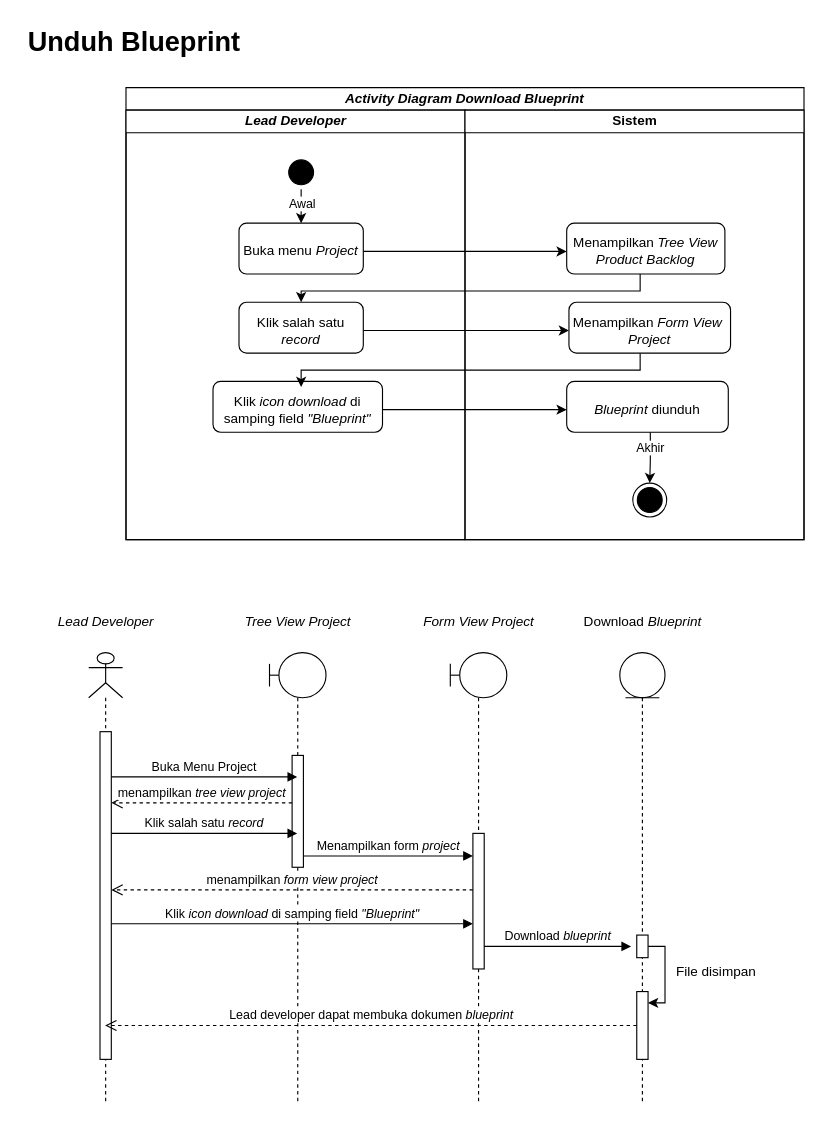
raldawiyahh/alda-resolusi keeps this draw.io diagram as page "Halaman-7" (7 of 17) of Diagram Tanpa Judul.drawio. Above is the earlier version. Source tidied: cells renumbered, new cells numbered last; positions are measured from the earlier drawing's top-left corner, leaving out a move shared by most shapes. Both pictures are drawn from the tidied source at 113%, with x=0, y=0 at pixel (19, 19).
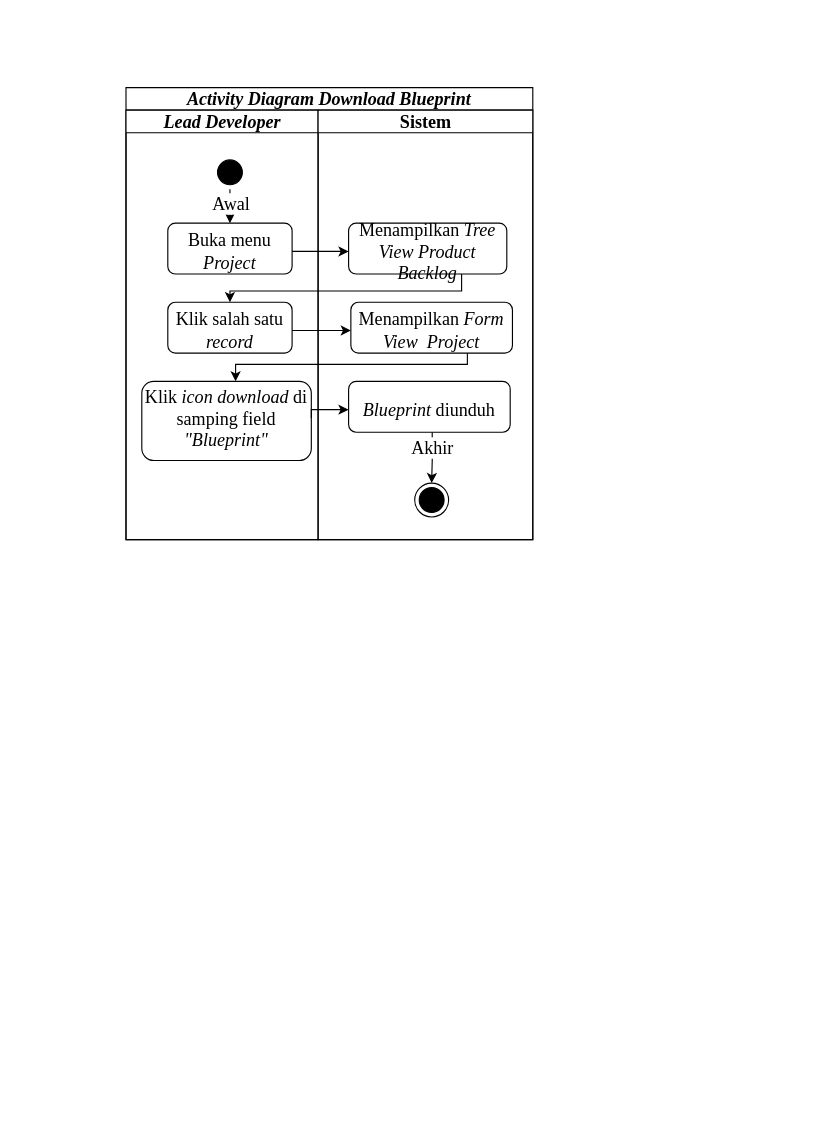
Above is the later version.

What changed in the source:
```diff
@@
-    <mxCell id="2" value="&lt;i&gt;Activity Diagram Download Blueprint&lt;/i&gt;" style="swimlane;html=1;startSize=20;whiteSpace=wrap;" parent="1" vertex="1">
-      <mxGeometry x="94" y="60" width="600" height="400" as="geometry" />
+    <mxCell id="2" value="&lt;i style=&quot;font-size: 16px;&quot;&gt;Activity Diagram Download Blueprint&lt;/i&gt;" style="swimlane;html=1;startSize=20;whiteSpace=wrap;fontSize=16;fontFamily=Times New Roman;" parent="1" vertex="1">
+      <mxGeometry x="94" y="60" width="360" height="400" as="geometry" />
     </mxCell>
-    <mxCell id="3" value="&lt;i&gt;Lead Developer&lt;br&gt;&lt;/i&gt;" style="swimlane;html=1;startSize=20;" parent="2" vertex="1">
-      <mxGeometry y="20" width="300" height="380" as="geometry" />
+    <mxCell id="3" value="&lt;i style=&quot;font-size: 16px;&quot;&gt;Lead Developer&lt;br style=&quot;font-size: 16px;&quot;&gt;&lt;/i&gt;" style="swimlane;html=1;startSize=20;fontSize=16;fontFamily=Times New Roman;" parent="2" vertex="1">
+      <mxGeometry y="20" width="170" height="380" as="geometry" />
     </mxCell>
-    <mxCell id="4" style="edgeStyle=orthogonalEdgeStyle;rounded=0;jettySize=auto;html=1;entryX=0.5;entryY=0;entryDx=0;entryDy=0;" parent="3" edge="1" source="6" target="8">
+    <mxCell id="4" style="edgeStyle=orthogonalEdgeStyle;rounded=0;jettySize=auto;html=1;entryX=0.5;entryY=0;entryDx=0;entryDy=0;fontSize=16;fontFamily=Times New Roman;" parent="3" edge="1" source="6" target="8">
       <mxGeometry relative="1" as="geometry" />
     </mxCell>
-    <mxCell id="5" value="Awal" style="edgeLabel;html=1;align=center;verticalAlign=middle;" parent="4" vertex="1">
+    <mxCell id="5" value="Awal" style="edgeLabel;html=1;align=center;verticalAlign=middle;fontSize=16;fontFamily=Times New Roman;" parent="4" vertex="1">
       <mxGeometry x="-0.51" relative="1" as="geometry" />
     </mxCell>
-    <mxCell id="6" style="ellipse;html=1;shape=startState;fillColor=#000000;strokeColor=#000000;" parent="3" vertex="1">
-      <mxGeometry x="140" y="40" width="30" height="30" as="geometry" />
+    <mxCell id="6" style="ellipse;html=1;shape=startState;fillColor=#000000;strokeColor=#000000;fontSize=16;fontFamily=Times New Roman;" parent="3" vertex="1">
+      <mxGeometry x="77" y="40" width="30" height="30" as="geometry" />
     </mxCell>
-    <mxCell id="7" style="group;" parent="3" vertex="1">
-      <mxGeometry x="100" y="100" width="110" height="45" as="geometry" />
+    <mxCell id="7" style="group;fontSize=16;fontFamily=Times New Roman;" parent="3" vertex="1">
+      <mxGeometry x="37" y="100" width="110" height="45" as="geometry" />
     </mxCell>
-    <mxCell id="8" style="rounded=1;whiteSpace=wrap;html=1;" parent="7" vertex="1">
+    <mxCell id="8" style="rounded=1;whiteSpace=wrap;html=1;fontSize=16;fontFamily=Times New Roman;" parent="7" vertex="1">
       <mxGeometry width="110" height="45" as="geometry" />
     </mxCell>
-    <mxCell id="9" value="Buka menu &lt;i&gt;Project&lt;br&gt;&lt;/i&gt;" style="text;html=1;strokeColor=none;fillColor=none;align=center;verticalAlign=middle;whiteSpace=wrap;rounded=0;" parent="7" vertex="1">
+    <mxCell id="9" value="Buka menu &lt;i style=&quot;font-size: 16px;&quot;&gt;Project&lt;br style=&quot;font-size: 16px;&quot;&gt;&lt;/i&gt;" style="text;html=1;strokeColor=none;fillColor=none;align=center;verticalAlign=middle;whiteSpace=wrap;rounded=0;fontSize=16;fontFamily=Times New Roman;" parent="7" vertex="1">
       <mxGeometry y="5" width="110" height="40" as="geometry" />
     </mxCell>
-    <mxCell id="10" style="group;" parent="3" vertex="1">
-      <mxGeometry x="100" y="170" width="110" height="45" as="geometry" />
+    <mxCell id="10" style="group;fontSize=16;fontFamily=Times New Roman;" parent="3" vertex="1">
+      <mxGeometry x="37" y="170" width="110" height="45" as="geometry" />
     </mxCell>
-    <mxCell id="11" style="rounded=1;whiteSpace=wrap;html=1;" parent="10" vertex="1">
+    <mxCell id="11" style="rounded=1;whiteSpace=wrap;html=1;fontSize=16;fontFamily=Times New Roman;" parent="10" vertex="1">
       <mxGeometry width="110" height="45" as="geometry" />
     </mxCell>
-    <mxCell id="12" value="Klik salah satu &lt;i&gt;record&lt;/i&gt;" style="text;html=1;strokeColor=none;fillColor=none;align=center;verticalAlign=middle;whiteSpace=wrap;rounded=0;" parent="10" vertex="1">
+    <mxCell id="12" value="Klik salah satu &lt;i style=&quot;font-size: 16px;&quot;&gt;record&lt;/i&gt;" style="text;html=1;strokeColor=none;fillColor=none;align=center;verticalAlign=middle;whiteSpace=wrap;rounded=0;fontSize=16;fontFamily=Times New Roman;" parent="10" vertex="1">
       <mxGeometry y="5" width="110" height="40" as="geometry" />
     </mxCell>
-    <mxCell id="13" style="group;" parent="3" vertex="1">
-      <mxGeometry x="77" y="240" width="150" height="45" as="geometry" />
+    <mxCell id="13" style="group;fontSize=16;fontFamily=Times New Roman;" parent="3" vertex="1">
+      <mxGeometry x="14" y="240" width="150" height="70" as="geometry" />
     </mxCell>
-    <mxCell id="14" style="rounded=1;whiteSpace=wrap;html=1;" parent="13" vertex="1">
-      <mxGeometry width="150" height="45" as="geometry" />
+    <mxCell id="14" style="rounded=1;whiteSpace=wrap;html=1;fontSize=16;fontFamily=Times New Roman;" parent="13" vertex="1">
+      <mxGeometry width="150" height="70" as="geometry" />
     </mxCell>
-    <mxCell id="15" value="Klik &lt;i&gt;icon download &lt;/i&gt;di samping field &lt;i&gt;&quot;Blueprint&quot;&lt;/i&gt;" style="text;html=1;strokeColor=none;fillColor=none;align=center;verticalAlign=middle;whiteSpace=wrap;rounded=0;" parent="13" vertex="1">
-      <mxGeometry y="5" width="150" height="40" as="geometry" />
-    </mxCell>
-    <mxCell id="16" style="edgeStyle=orthogonalEdgeStyle;rounded=0;jettySize=auto;html=1;" parent="3" edge="1" source="23">
+    <mxCell id="16" style="edgeStyle=orthogonalEdgeStyle;rounded=0;jettySize=auto;html=1;fontSize=16;fontFamily=Times New Roman;" parent="3" edge="1" source="23">
       <mxGeometry relative="1" as="geometry">
-        <mxPoint x="155" y="170" as="targetPoint" />
+        <mxPoint x="92" y="170" as="targetPoint" />
         <Array as="points">
-          <mxPoint x="455" y="160" />
-          <mxPoint x="155" y="160" />
+          <mxPoint x="297" y="160" />
+          <mxPoint x="92" y="160" />
         </Array>
       </mxGeometry>
     </mxCell>
+    <mxCell id="19" style="edgeStyle=orthogonalEdgeStyle;rounded=0;orthogonalLoop=1;jettySize=auto;html=1;fontSize=16;fontFamily=Times New Roman;" parent="3" edge="1">
+      <mxGeometry relative="1" as="geometry">
+        <mxPoint x="302.1" y="210" as="sourcePoint" />
+        <mxPoint x="97" y="240" as="targetPoint" />
+        <Array as="points">
+          <mxPoint x="302" y="225" />
+          <mxPoint x="97" y="225" />
+        </Array>
+      </mxGeometry>
+    </mxCell>
-    <mxCell id="17" style="edgeStyle=orthogonalEdgeStyle;rounded=0;jettySize=auto;html=1;" parent="2" edge="1" source="9" target="23">
+    <mxCell id="17" style="edgeStyle=orthogonalEdgeStyle;rounded=0;jettySize=auto;html=1;fontSize=16;fontFamily=Times New Roman;" parent="2" edge="1" source="9" target="23">
       <mxGeometry relative="1" as="geometry" />
     </mxCell>
-    <mxCell id="18" style="edgeStyle=orthogonalEdgeStyle;rounded=0;jettySize=auto;html=1;entryX=0;entryY=0.5;entryDx=0;entryDy=0;" parent="2" edge="1" source="12" target="26">
+    <mxCell id="18" style="edgeStyle=orthogonalEdgeStyle;rounded=0;jettySize=auto;html=1;entryX=0;entryY=0.5;entryDx=0;entryDy=0;fontSize=16;fontFamily=Times New Roman;" parent="2" edge="1" source="12" target="26">
       <mxGeometry relative="1" as="geometry" />
     </mxCell>
-    <mxCell id="19" style="edgeStyle=orthogonalEdgeStyle;rounded=0;jettySize=auto;html=1;" parent="2" edge="1" source="26" target="15">
-      <mxGeometry relative="1" as="geometry">
-        <Array as="points">
-          <mxPoint x="455" y="250" />
-          <mxPoint x="155" y="250" />
-        </Array>
-      </mxGeometry>
-    </mxCell>
-    <mxCell id="20" value="Sistem" style="swimlane;html=1;startSize=20;" parent="2" vertex="1">
-      <mxGeometry x="300" y="20" width="300" height="380" as="geometry" />
+    <mxCell id="20" value="Sistem" style="swimlane;html=1;startSize=20;fontSize=16;fontFamily=Times New Roman;" parent="2" vertex="1">
+      <mxGeometry x="170" y="20" width="190" height="380" as="geometry" />
     </mxCell>
-    <mxCell id="21" style="group;" parent="20" vertex="1">
-      <mxGeometry x="90" y="100" width="140" height="45" as="geometry" />
+    <mxCell id="21" style="group;fontSize=16;fontFamily=Times New Roman;" parent="20" vertex="1">
+      <mxGeometry x="27" y="100" width="140" height="45" as="geometry" />
     </mxCell>
-    <mxCell id="22" style="rounded=1;whiteSpace=wrap;html=1;" parent="21" vertex="1">
+    <mxCell id="22" style="rounded=1;whiteSpace=wrap;html=1;fontSize=16;fontFamily=Times New Roman;" parent="21" vertex="1">
       <mxGeometry width="140" height="45" as="geometry" />
     </mxCell>
-    <mxCell id="23" value="Menampilkan &lt;i&gt;Tree View Product Backlog&lt;br&gt;&lt;/i&gt;" style="text;html=1;strokeColor=none;fillColor=none;align=center;verticalAlign=middle;whiteSpace=wrap;rounded=0;" parent="21" vertex="1">
+    <mxCell id="23" value="Menampilkan &lt;i style=&quot;font-size: 16px;&quot;&gt;Tree View Product Backlog&lt;br style=&quot;font-size: 16px;&quot;&gt;&lt;/i&gt;" style="text;html=1;strokeColor=none;fillColor=none;align=center;verticalAlign=middle;whiteSpace=wrap;rounded=0;fontSize=16;fontFamily=Times New Roman;" parent="21" vertex="1">
       <mxGeometry y="5" width="140" height="40" as="geometry" />
     </mxCell>
-    <mxCell id="24" style="group;" parent="20" vertex="1">
-      <mxGeometry x="92" y="170" width="143" height="45" as="geometry" />
+    <mxCell id="24" style="group;fontSize=16;fontFamily=Times New Roman;" parent="20" vertex="1">
+      <mxGeometry x="29" y="170" width="143" height="45" as="geometry" />
     </mxCell>
-    <mxCell id="25" style="rounded=1;whiteSpace=wrap;html=1;" parent="24" vertex="1">
+    <mxCell id="25" style="rounded=1;whiteSpace=wrap;html=1;fontSize=16;fontFamily=Times New Roman;" parent="24" vertex="1">
       <mxGeometry width="143" height="45" as="geometry" />
     </mxCell>
-    <mxCell id="26" value="Menampilkan &lt;i&gt;Form View&amp;nbsp; Project&lt;br&gt;&lt;/i&gt;" style="text;html=1;strokeColor=none;fillColor=none;align=center;verticalAlign=middle;whiteSpace=wrap;rounded=0;" parent="24" vertex="1">
+    <mxCell id="26" value="Menampilkan &lt;i style=&quot;font-size: 16px;&quot;&gt;Form View&amp;nbsp; Project&lt;br style=&quot;font-size: 16px;&quot;&gt;&lt;/i&gt;" style="text;html=1;strokeColor=none;fillColor=none;align=center;verticalAlign=middle;whiteSpace=wrap;rounded=0;fontSize=16;fontFamily=Times New Roman;" parent="24" vertex="1">
       <mxGeometry y="5" width="143" height="40" as="geometry" />
     </mxCell>
-    <mxCell id="27" style="ellipse;html=1;shape=endState;fillColor=#000000;strokeColor=#000000;" parent="20" vertex="1">
-      <mxGeometry x="148.5" y="330" width="30" height="30" as="geometry" />
+    <mxCell id="27" style="ellipse;html=1;shape=endState;fillColor=#000000;strokeColor=#000000;fontSize=16;fontFamily=Times New Roman;" parent="20" vertex="1">
+      <mxGeometry x="85.5" y="330" width="30" height="30" as="geometry" />
     </mxCell>
-    <mxCell id="28" style="edgeStyle=orthogonalEdgeStyle;rounded=0;jettySize=auto;html=1;" parent="20" edge="1" source="32" target="27">
+    <mxCell id="28" style="edgeStyle=orthogonalEdgeStyle;rounded=0;jettySize=auto;html=1;fontSize=16;fontFamily=Times New Roman;" parent="20" edge="1" source="32" target="27">
       <mxGeometry relative="1" as="geometry">
         <Array as="points">
-          <mxPoint x="164" y="310" />
-          <mxPoint x="164" y="310" />
+          <mxPoint x="101" y="310" />
+          <mxPoint x="101" y="310" />
         </Array>
       </mxGeometry>
     </mxCell>
-    <mxCell id="29" value="Akhir" style="edgeLabel;html=1;align=center;verticalAlign=middle;" parent="28" vertex="1">
+    <mxCell id="29" value="Akhir" style="edgeLabel;html=1;align=center;verticalAlign=middle;fontSize=16;fontFamily=Times New Roman;" parent="28" vertex="1">
       <mxGeometry x="-0.42" y="-1" relative="1" as="geometry" />
     </mxCell>
-    <mxCell id="30" style="group;" parent="20" vertex="1">
-      <mxGeometry x="90" y="240" width="143" height="45" as="geometry" />
+    <mxCell id="30" style="group;fontSize=16;fontFamily=Times New Roman;" parent="20" vertex="1">
+      <mxGeometry x="27" y="240" width="143" height="45" as="geometry" />
     </mxCell>
-    <mxCell id="31" style="rounded=1;whiteSpace=wrap;html=1;" parent="30" vertex="1">
+    <mxCell id="31" style="rounded=1;whiteSpace=wrap;html=1;fontSize=16;fontFamily=Times New Roman;" parent="30" vertex="1">
       <mxGeometry width="143" height="45" as="geometry" />
     </mxCell>
-    <mxCell id="32" value="&lt;i&gt;Blueprint &lt;/i&gt;diunduh" style="text;html=1;strokeColor=none;fillColor=none;align=center;verticalAlign=middle;whiteSpace=wrap;rounded=0;" parent="30" vertex="1">
+    <mxCell id="32" value="&lt;i style=&quot;font-size: 16px;&quot;&gt;Blueprint &lt;/i&gt;diunduh" style="text;html=1;strokeColor=none;fillColor=none;align=center;verticalAlign=middle;whiteSpace=wrap;rounded=0;fontSize=16;fontFamily=Times New Roman;" parent="30" vertex="1">
       <mxGeometry y="5" width="143" height="40" as="geometry" />
     </mxCell>
-    <mxCell id="33" style="edgeStyle=orthogonalEdgeStyle;rounded=0;jettySize=auto;html=1;" parent="2" edge="1" source="15" target="32">
-      <mxGeometry relative="1" as="geometry" />
+    <mxCell id="33" style="edgeStyle=orthogonalEdgeStyle;rounded=0;jettySize=auto;html=1;fontSize=16;fontFamily=Times New Roman;" parent="2" edge="1" target="32">
+      <mxGeometry relative="1" as="geometry">
+        <mxPoint x="164" y="292.5" as="sourcePoint" />
+        <Array as="points">
+          <mxPoint x="164" y="285" />
+        </Array>
+      </mxGeometry>
     </mxCell>
-    <mxCell id="34" value="Unduh Blueprint" style="text;strokeColor=none;fillColor=none;html=1;fontSize=24;fontStyle=1;verticalAlign=middle;align=center;" parent="1" vertex="1">
-      <mxGeometry width="201" height="40" as="geometry" />
-    </mxCell>
-    <mxCell id="35" style="shape=umlLifeline;perimeter=lifelinePerimeter;whiteSpace=wrap;html=1;outlineConnect=0;portConstraint=eastwest;newEdgeStyle={&quot;edgeStyle&quot;:&quot;elbowEdgeStyle&quot;,&quot;elbow&quot;:&quot;vertical&quot;,&quot;curved&quot;:0,&quot;rounded&quot;:0};participant=umlActor;" parent="1" vertex="1">
-      <mxGeometry x="61" y="560" width="30" height="400" as="geometry" />
-    </mxCell>
-    <mxCell id="36" style="html=1;points=[];perimeter=orthogonalPerimeter;outlineConnect=0;targetShapes=umlLifeline;portConstraint=eastwest;newEdgeStyle={&quot;edgeStyle&quot;:&quot;elbowEdgeStyle&quot;,&quot;elbow&quot;:&quot;vertical&quot;,&quot;curved&quot;:0,&quot;rounded&quot;:0};" parent="35" vertex="1">
-      <mxGeometry x="10" y="70" width="10" height="290" as="geometry" />
-    </mxCell>
-    <mxCell id="37" value="&lt;i&gt;Lead Developer&lt;/i&gt;" style="text;html=1;align=center;verticalAlign=middle;strokeColor=none;fillColor=none;" parent="1" vertex="1">
-      <mxGeometry x="21" y="518" width="110" height="30" as="geometry" />
-    </mxCell>
-    <mxCell id="38" style="shape=umlLifeline;perimeter=lifelinePerimeter;whiteSpace=wrap;html=1;outlineConnect=0;portConstraint=eastwest;newEdgeStyle={&quot;edgeStyle&quot;:&quot;elbowEdgeStyle&quot;,&quot;elbow&quot;:&quot;vertical&quot;,&quot;curved&quot;:0,&quot;rounded&quot;:0};participant=umlBoundary;" parent="1" vertex="1">
-      <mxGeometry x="221" y="560" width="50" height="400" as="geometry" />
-    </mxCell>
-    <mxCell id="39" style="html=1;perimeter=orthogonalPerimeter;targetShapes=umlLifeline;newEdgeStyle={&quot;edgeStyle&quot;:&quot;elbowEdgeStyle&quot;,&quot;elbow&quot;:&quot;vertical&quot;,&quot;curved&quot;:0,&quot;rounded&quot;:0};" parent="38" vertex="1">
-      <mxGeometry x="20" y="91" width="10" height="99" as="geometry" />
-    </mxCell>
-    <mxCell id="40" value="&lt;i&gt;Tree View&lt;/i&gt; &lt;i&gt;Project&lt;/i&gt;" style="text;html=1;align=center;verticalAlign=middle;strokeColor=none;fillColor=none;" parent="1" vertex="1">
-      <mxGeometry x="186" y="518" width="120" height="30" as="geometry" />
-    </mxCell>
-    <mxCell id="41" value="Buka Menu Project" style="html=1;verticalAlign=bottom;endArrow=block;edgeStyle=elbowEdgeStyle;elbow=vertical;curved=0;rounded=0;" parent="1" edge="1" target="38">
-      <mxGeometry relative="1" as="geometry">
-        <mxPoint x="81" y="670" as="sourcePoint" />
-      </mxGeometry>
-    </mxCell>
-    <mxCell id="42" style="shape=umlLifeline;perimeter=lifelinePerimeter;whiteSpace=wrap;html=1;newEdgeStyle={&quot;edgeStyle&quot;:&quot;elbowEdgeStyle&quot;,&quot;elbow&quot;:&quot;vertical&quot;,&quot;curved&quot;:0,&quot;rounded&quot;:0};participant=umlBoundary;" parent="1" vertex="1">
-      <mxGeometry x="381" y="560" width="50" height="400" as="geometry" />
-    </mxCell>
-    <mxCell id="43" style="html=1;points=[];perimeter=orthogonalPerimeter;outlineConnect=0;targetShapes=umlLifeline;portConstraint=eastwest;newEdgeStyle={&quot;edgeStyle&quot;:&quot;elbowEdgeStyle&quot;,&quot;elbow&quot;:&quot;vertical&quot;,&quot;curved&quot;:0,&quot;rounded&quot;:0};" parent="42" vertex="1">
-      <mxGeometry x="20" y="160" width="10" height="120" as="geometry" />
-    </mxCell>
-    <mxCell id="44" value="&lt;i&gt;Form View&lt;/i&gt; &lt;i&gt;Project&lt;/i&gt;" style="text;html=1;align=center;verticalAlign=middle;strokeColor=none;fillColor=none;" parent="1" vertex="1">
-      <mxGeometry x="346" y="518" width="120" height="30" as="geometry" />
-    </mxCell>
-    <mxCell id="45" value="Klik salah satu &lt;i&gt;record&lt;/i&gt;" style="html=1;verticalAlign=bottom;endArrow=block;edgeStyle=elbowEdgeStyle;elbow=vertical;curved=0;rounded=0;" parent="1" edge="1" target="38">
-      <mxGeometry relative="1" as="geometry">
-        <mxPoint x="81" y="720" as="sourcePoint" />
-      </mxGeometry>
-    </mxCell>
-    <mxCell id="46" value="Menampilkan form &lt;i&gt;project&lt;/i&gt;" style="html=1;verticalAlign=bottom;endArrow=block;edgeStyle=elbowEdgeStyle;elbow=vertical;curved=0;rounded=0;" parent="1" edge="1" target="43">
-      <mxGeometry relative="1" as="geometry">
-        <mxPoint x="251" y="740" as="sourcePoint" />
-      </mxGeometry>
-    </mxCell>
-    <mxCell id="47" value="Klik &lt;i&gt;icon download &lt;/i&gt;di samping field &lt;i&gt;&quot;Blueprint&quot;&lt;/i&gt;" style="html=1;verticalAlign=bottom;endArrow=block;edgeStyle=elbowEdgeStyle;elbow=vertical;curved=0;rounded=0;" parent="1" edge="1">
-      <mxGeometry relative="1" as="geometry">
-        <mxPoint x="81" y="800" as="sourcePoint" />
-        <mxPoint x="401" y="800" as="targetPoint" />
-      </mxGeometry>
-    </mxCell>
-    <mxCell id="48" style="shape=umlLifeline;perimeter=lifelinePerimeter;whiteSpace=wrap;html=1;newEdgeStyle={&quot;edgeStyle&quot;:&quot;elbowEdgeStyle&quot;,&quot;elbow&quot;:&quot;vertical&quot;,&quot;curved&quot;:0,&quot;rounded&quot;:0};participant=umlEntity;" parent="1" vertex="1">
-      <mxGeometry x="531" y="560" width="40" height="400" as="geometry" />
-    </mxCell>
-    <mxCell id="49" style="edgeStyle=elbowEdgeStyle;rounded=0;jettySize=auto;html=1;elbow=vertical;curved=0;" parent="48" edge="1" source="50" target="51">
-      <mxGeometry relative="1" as="geometry">
-        <Array as="points">
-          <mxPoint x="40" y="310" />
-          <mxPoint x="60" y="280" />
-        </Array>
-      </mxGeometry>
-    </mxCell>
-    <mxCell id="50" style="html=1;points=[];perimeter=orthogonalPerimeter;outlineConnect=0;targetShapes=umlLifeline;portConstraint=eastwest;newEdgeStyle={&quot;edgeStyle&quot;:&quot;elbowEdgeStyle&quot;,&quot;elbow&quot;:&quot;vertical&quot;,&quot;curved&quot;:0,&quot;rounded&quot;:0};" parent="48" vertex="1">
-      <mxGeometry x="15" y="250" width="10" height="20" as="geometry" />
-    </mxCell>
-    <mxCell id="51" style="html=1;points=[];perimeter=orthogonalPerimeter;outlineConnect=0;targetShapes=umlLifeline;portConstraint=eastwest;newEdgeStyle={&quot;edgeStyle&quot;:&quot;elbowEdgeStyle&quot;,&quot;elbow&quot;:&quot;vertical&quot;,&quot;curved&quot;:0,&quot;rounded&quot;:0};" parent="48" vertex="1">
-      <mxGeometry x="15" y="300" width="10" height="60" as="geometry" />
-    </mxCell>
-    <mxCell id="52" value="Download &lt;i&gt;Blueprint&lt;/i&gt;" style="text;html=1;align=center;verticalAlign=middle;strokeColor=none;fillColor=none;" parent="1" vertex="1">
-      <mxGeometry x="486" y="518" width="130" height="30" as="geometry" />
-    </mxCell>
-    <mxCell id="53" value="Download &lt;i&gt;blueprint&lt;/i&gt;" style="html=1;verticalAlign=bottom;endArrow=block;edgeStyle=elbowEdgeStyle;elbow=horizontal;curved=0;rounded=0;" parent="1" edge="1">
-      <mxGeometry relative="1" as="geometry">
-        <mxPoint x="411" y="820" as="sourcePoint" />
-        <mxPoint x="541" y="820" as="targetPoint" />
-      </mxGeometry>
-    </mxCell>
-    <mxCell id="54" value="File disimpan " style="text;html=1;align=center;verticalAlign=middle;strokeColor=none;fillColor=none;" parent="1" vertex="1">
-      <mxGeometry x="571" y="828" width="90" height="30" as="geometry" />
-    </mxCell>
-    <mxCell id="55" value="Lead developer dapat membuka dokumen &lt;i&gt;blueprint&lt;/i&gt;" style="html=1;verticalAlign=bottom;endArrow=open;dashed=1;endSize=8;edgeStyle=elbowEdgeStyle;elbow=vertical;curved=0;rounded=0;" parent="1" edge="1" target="35">
-      <mxGeometry relative="1" as="geometry">
-        <mxPoint x="546" y="890" as="sourcePoint" />
-      </mxGeometry>
-    </mxCell>
-    <mxCell id="56" value="menampilkan &lt;i&gt;tree view project&lt;/i&gt;" style="html=1;verticalAlign=bottom;endArrow=open;dashed=1;endSize=8;edgeStyle=elbowEdgeStyle;elbow=vertical;curved=0;rounded=0;" parent="1" edge="1">
-      <mxGeometry relative="1" as="geometry">
-        <mxPoint x="241" y="693" as="sourcePoint" />
-        <mxPoint x="81" y="693" as="targetPoint" />
-      </mxGeometry>
-    </mxCell>
-    <mxCell id="57" value="menampilkan &lt;i&gt;form view project&lt;/i&gt;" style="html=1;verticalAlign=bottom;endArrow=open;dashed=1;endSize=8;edgeStyle=elbowEdgeStyle;elbow=vertical;curved=0;rounded=0;" parent="1" edge="1" target="36">
-      <mxGeometry relative="1" as="geometry">
-        <mxPoint x="401" y="770" as="sourcePoint" />
-      </mxGeometry>
-    </mxCell>
+    <mxCell id="58" value="Klik &lt;i style=&quot;font-size: 16px;&quot;&gt;icon download &lt;/i&gt;di samping field &lt;i style=&quot;font-size: 16px;&quot;&gt;&quot;Blueprint&quot;&lt;/i&gt;" style="text;html=1;strokeColor=none;fillColor=none;align=center;verticalAlign=middle;whiteSpace=wrap;rounded=0;fontSize=16;fontFamily=Times New Roman;" parent="1" vertex="1">
+      <mxGeometry x="108" y="325" width="150" height="55" as="geometry" />
+    </mxCell>
```
